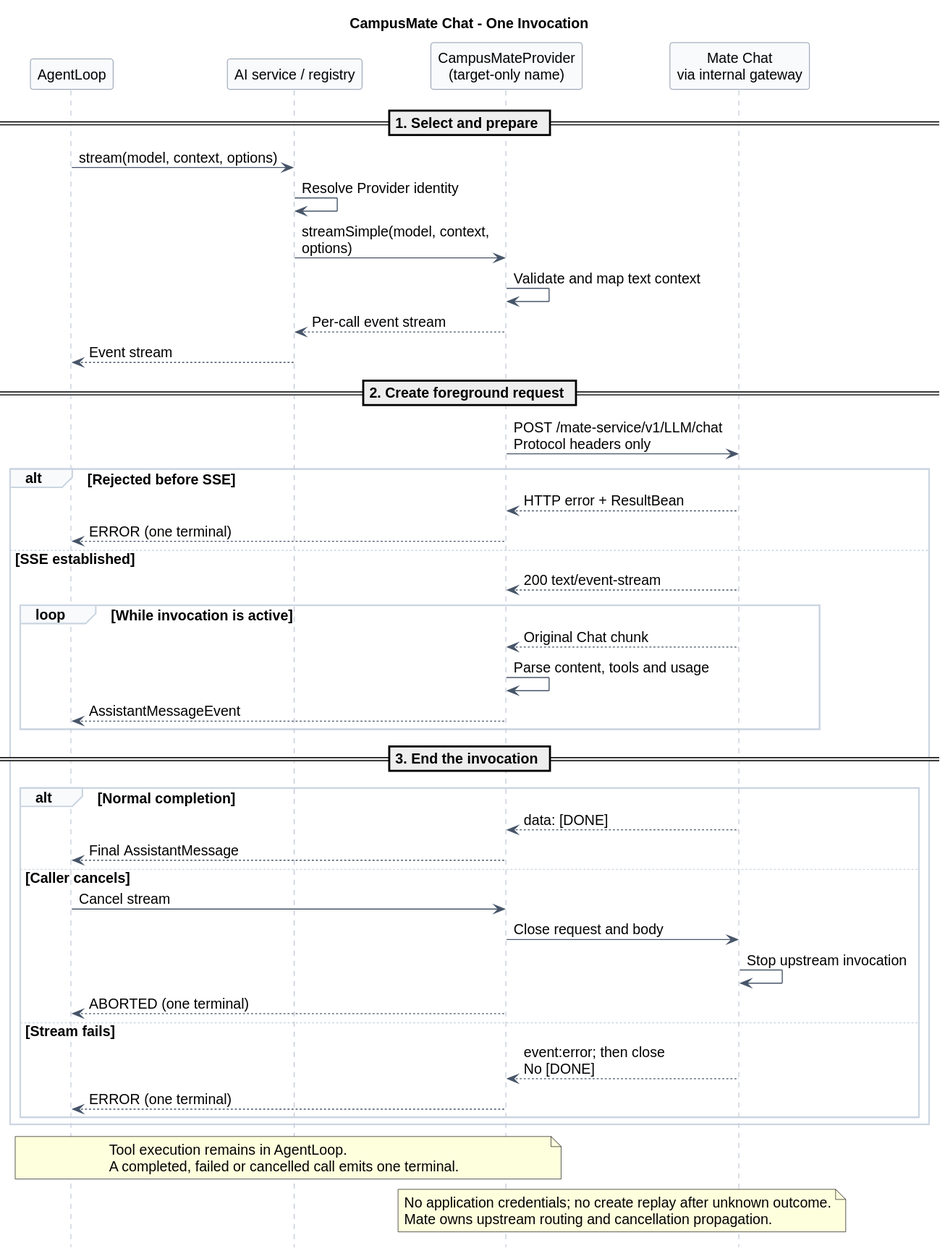
Above: 02-服务与接口/03-模型管理Provider契约/model_manager_invocation_sequence.svg in ssm0808/pi-mono-java-design (PlantUML), before the change.
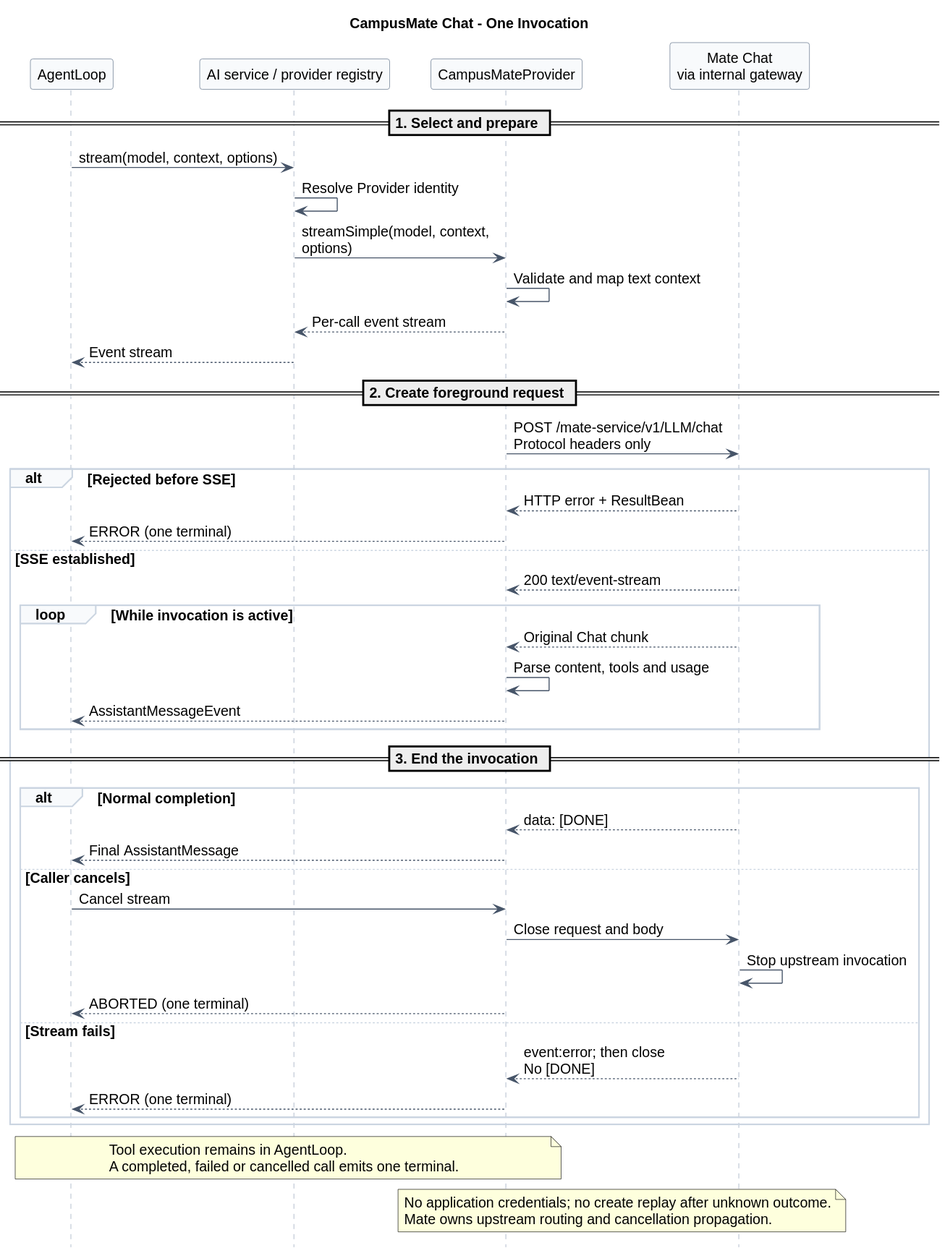
Above is the later version.

Change to the diagram source:
```diff
@@ -17,8 +17,8 @@
   GroupBackgroundColor #F8FAFC
 }
 participant AgentLoop as Loop
-participant "AI service / registry" as AI
-participant "CampusMateProvider\n(target-only name)" as Provider
+participant "AI service / provider registry" as AI
+participant CampusMateProvider as Provider
 participant "Mate Chat\nvia internal gateway" as Mate
 
 == 1. Select and prepare ==
```
